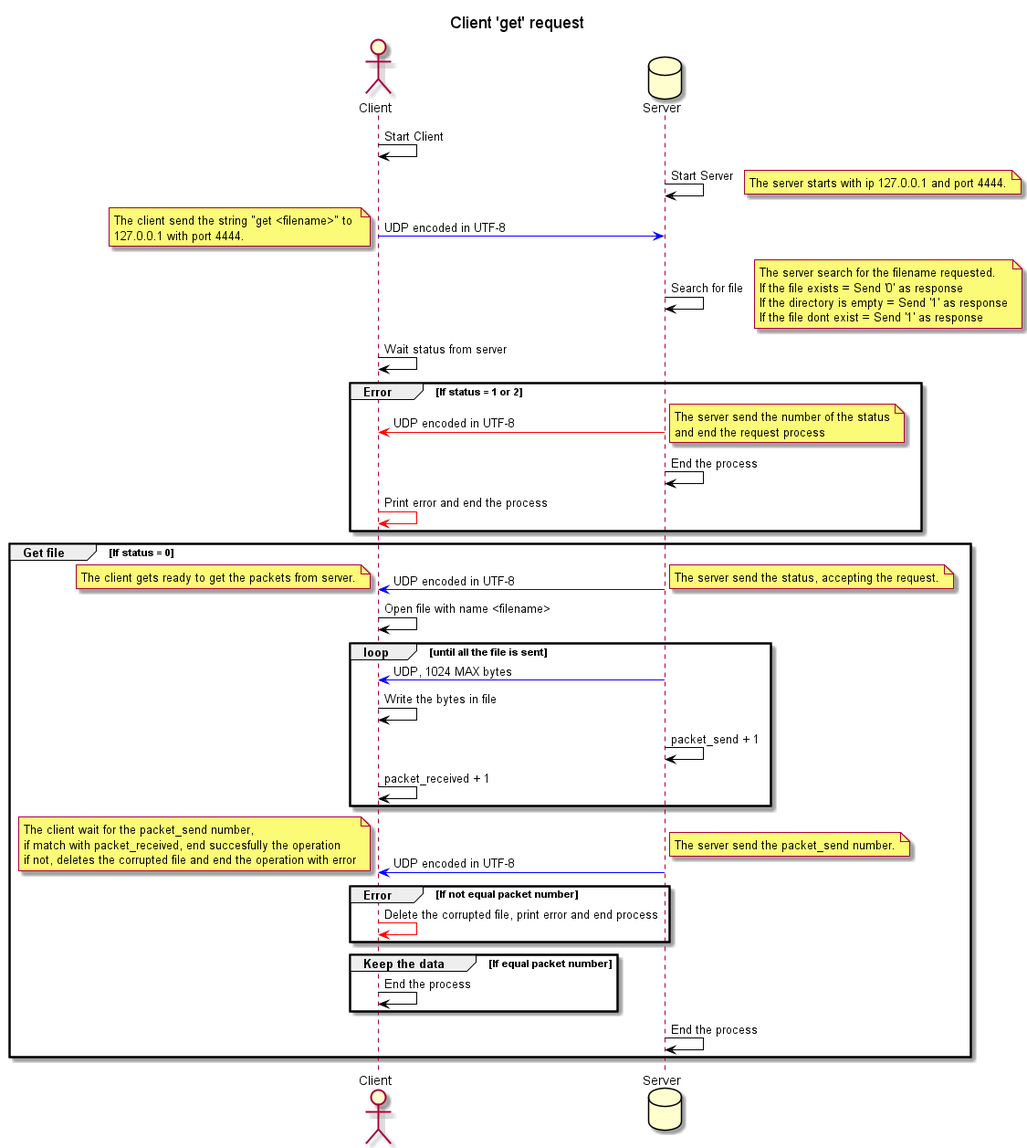
The PlantUML diagram UML/ClientGetUML.png in Zettaiki/Client-Server-UDP-file-transfer, before a commit.
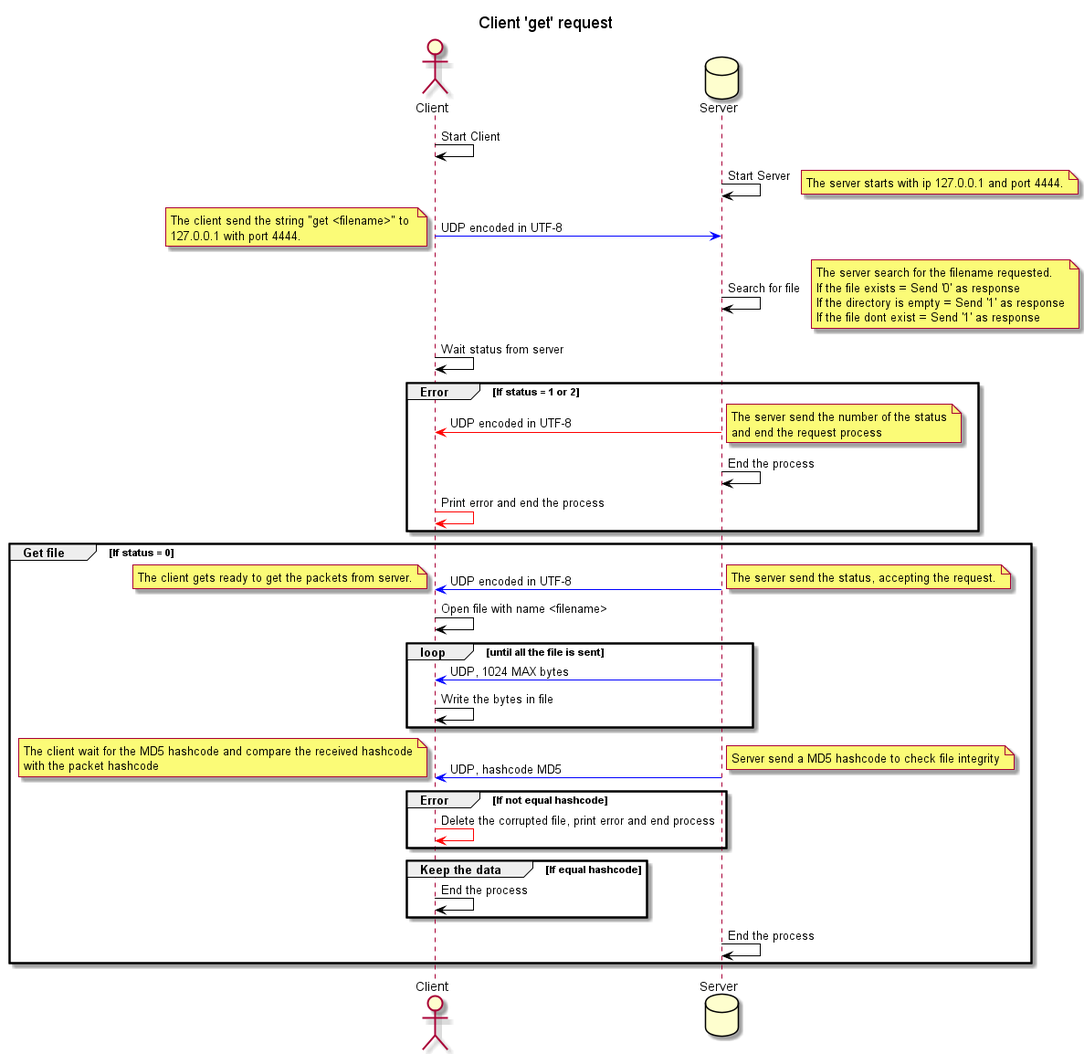
Above is the later version.

Diff of the diagram source:
```diff
@@ -43,22 +43,19 @@
     loop until all the file is sent
         Server -[#Blue]> Client : UDP, 1024 MAX bytes
         Client -[#Black]> Client : Write the bytes in file
-        Server -[#Black]> Server : packet_send + 1
-        Client -[#Black]> Client : packet_received + 1
     end
-    Server -[#Blue]> Client : UDP encoded in UTF-8
+    Server -[#Blue]> Client : UDP, hashcode MD5
     note left
-    The client wait for the packet_send number,
-    if match with packet_received, end succesfully the operation
-    if not, deletes the corrupted file and end the operation with error
+    The client wait for the MD5 hashcode and compare the received hashcode
+    with the packet hashcode
     end note
     note right
-    The server send the packet_send number.
+    Server send a MD5 hashcode to check file integrity
     end note
-    group Error [If not equal packet number]
+    group Error [If not equal hashcode]
     Client -[#Red]> Client : Delete the corrupted file, print error and end process
     end
-    group Keep the data [If equal packet number]
+    group Keep the data [If equal hashcode]
     Client -[#Black]> Client : End the process
     end
     Server -[#Black]> Server : End the process
```
